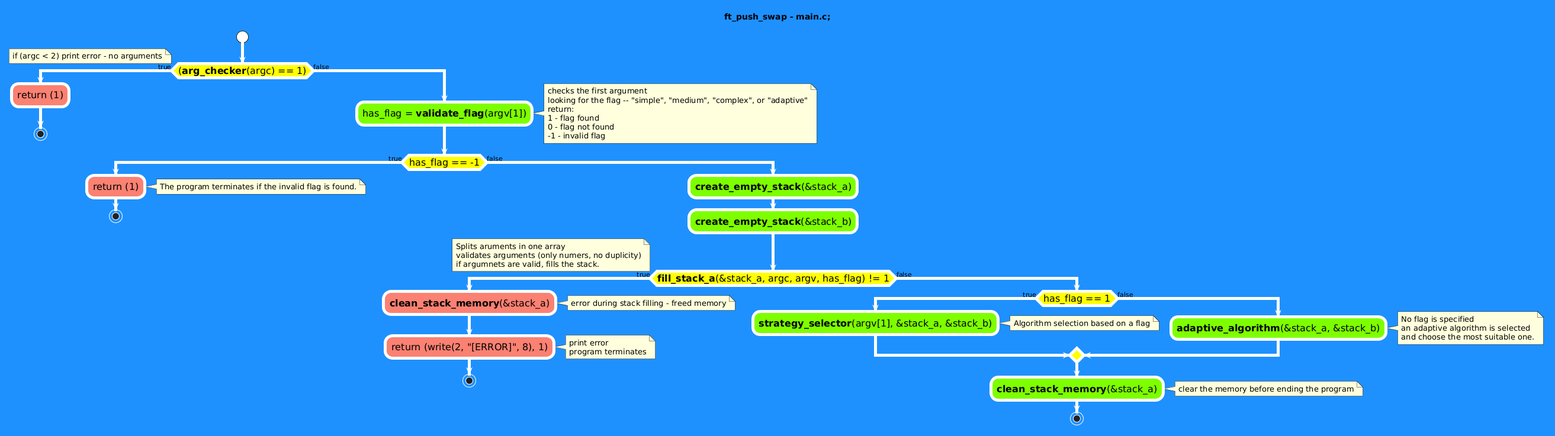
This is ft_push_swap.png from martinaradkovicova-lgtm/ft_push_swap, a PlantUML export, as it was before one commit. Source of this version:
```plantuml
@startuml
Skinparam {
activityDiamondBackgroundColor yellow;
activityDiamondFontSize 16;
activityFontSize 16;
backgroundColor DodgerBlue;
ActivityBorderColor white;
ActivityBorderThickness 5;
activityDiamondBorderColor SnowWhite;
ArrowColor White;
ActivityStartColor white;
ActivityStopColor white;
ActivityColor white;
}

title ft_push_swap - main.c;
start
if ((**arg_checker**(argc) == 1)) is (true) then
        note: if (argc < 2) print error - no arguments
        :return (1);<<#Salmon>>
        stop
else (false)
    :has_flag = **validate_flag**(argv[1]);<<#Chartreuse>>
    note right: checks the first argument\nlooking for the flag -- "simple", "medium", "complex", or "adaptive"\nreturn:\n1 - flag found\n0 - flag not found\n-1 - invalid flag

    if (has_flag == -1) is (true) then
        :return (1);<<#Salmon>>
        note right: The program terminates if the invalid flag is found.
        stop
    else (false)
    :**create_empty_stack**(&stack_a);<<#Chartreuse>>
    :**create_empty_stack**(&stack_b);<<#Chartreuse>>
    if (**fill_stack_a**(&stack_a, argc, argv, has_flag) != 1) is (true) then
    note:Splits aruments in one array\nvalidates arguments (only numers, no duplicity)\nif argumnets are valid, fills the stack.
        :**clean_stack_memory**(&stack_a);<<#Salmon>>
        note right: error during stack filling - freed memory
        :return (write(2, "[ERROR]", 8), 1);<<#Salmon>>
        note right: print error\nprogram terminates
        stop
    else (false)
    if (has_flag == 1) is (true) then
        :**strategy_selector**(argv[1], &stack_a, &stack_b);<<#Chartreuse>>
        note right: Algorithm selection based on a flag
    else (false)
    :**adaptive_algorithm**(&stack_a, &stack_b);<<#Chartreuse>>
    note right: No flag is specified\nan adaptive algorithm is selected\nand choose the most suitable one.
    endif

     :**clean_stack_memory**(&stack_a);<<#Chartreuse>>
     note right: clear the memory before ending the program
stop
@enduml
```
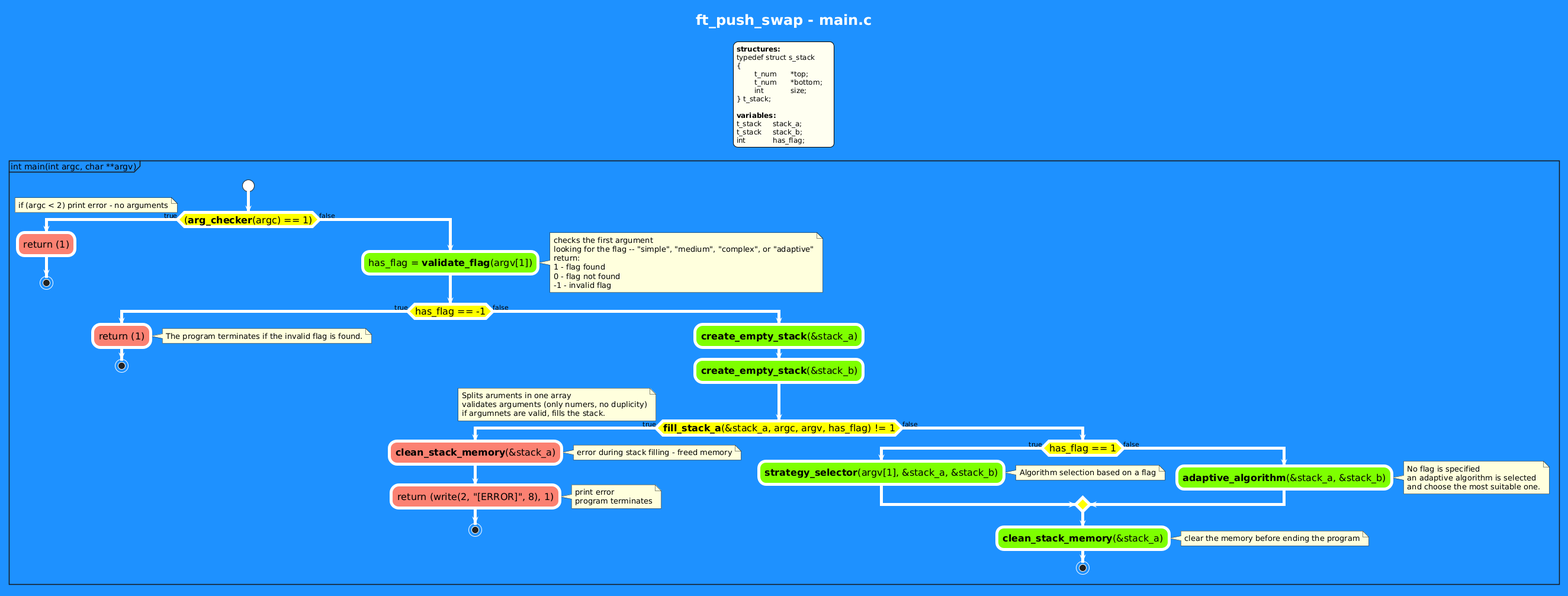
After the change.

What changed in the source:
```diff
@@ -11,10 +11,37 @@
 ActivityStartColor white;
 ActivityStopColor white;
 ActivityColor white;
+legend {
+    FontSize 12;
+    BackGroundColor ivory;
+}
+title {
+  HorizontalAlignment right
+  FontSize 24
+  FontColor SnowWhite;
+}
 }
 
-title ft_push_swap - main.c;
+legend top
+**structures:**
+typedef struct s_stack
+{
+	t_num	*top;
+	t_num	*bottom;
+	int		size;
+} t_stack;
+
+**variables:**
+t_stack     stack_a;
+t_stack     stack_b;
+int            has_flag;
+endlegend
+
+title ft_push_swap - main.c
+
+mainframe int main(int argc, char **argv)
 start
+
 if ((**arg_checker**(argc) == 1)) is (true) then
         note: if (argc < 2) print error - no arguments
         :return (1);<<#Salmon>>
```
